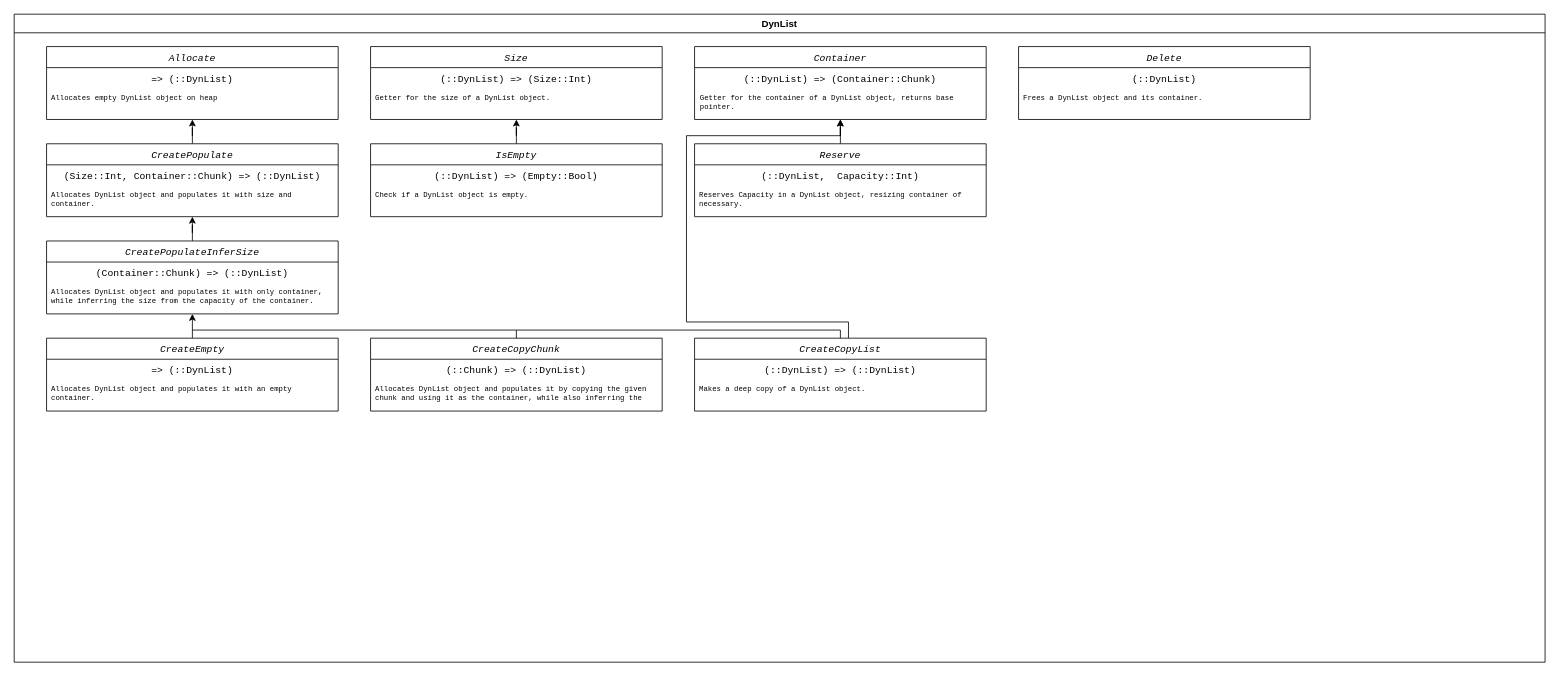
baabnq/ext keeps this draw.io diagram as docs/RoutineDependencyGraph.drawio. Above is the earlier version. Source tidied: cells renumbered, new cells numbered last; positions are measured from the earlier drawing's top-left corner, leaving out a move shared by most shapes. Both pictures are drawn from the tidied source at 81%, with x=0, y=0 at pixel (14, 14).
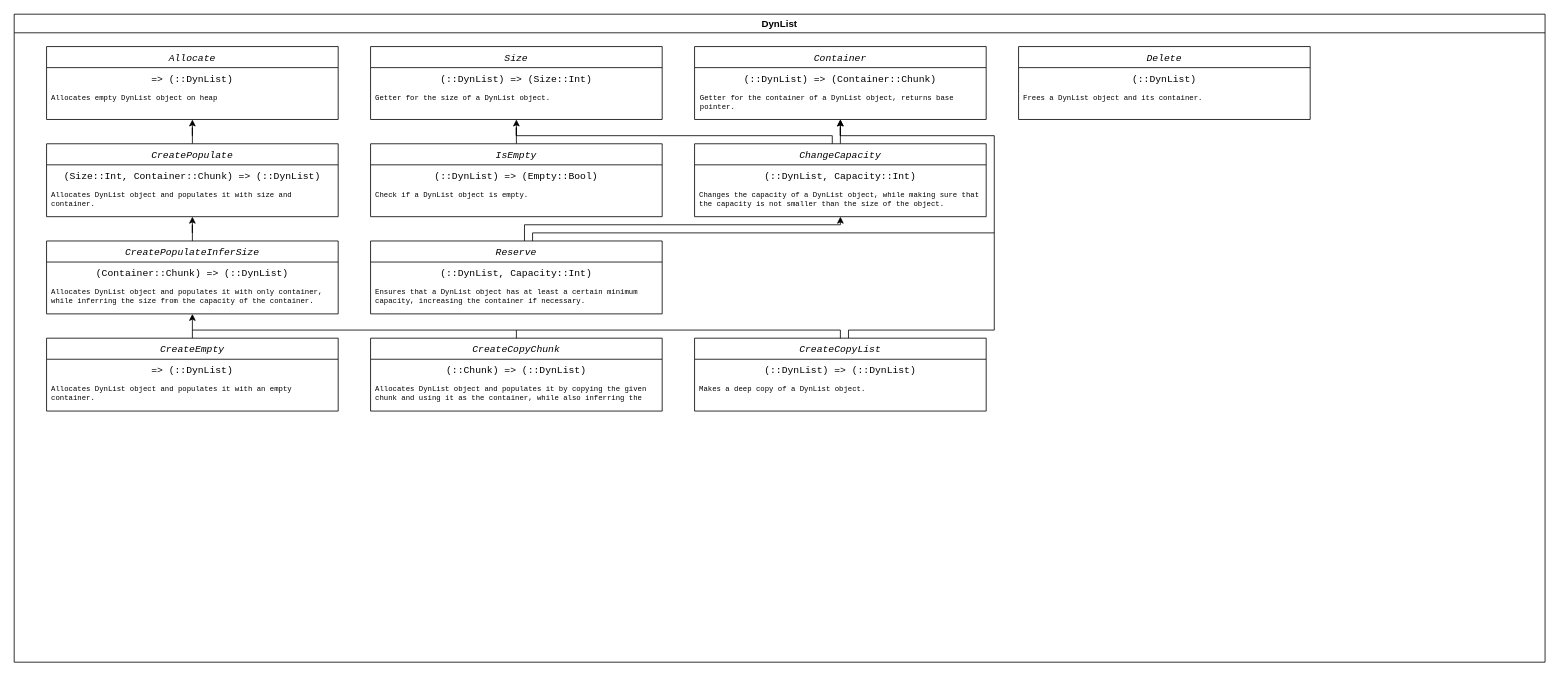
Above is the later version.

Commit message:
added DynList::ChangeCapacity and DynList::Reserve to routine dependency graph

The change refers to these unchanged cells:
```xml
<mxCell id="12" value="&lt;div&gt;DynList&lt;/div&gt;" style="swimlane;whiteSpace=wrap;html=1;" parent="1" vertex="1">
  <mxGeometry width="1890" height="800" as="geometry" />
</mxCell>
<mxCell id="35" value="CreateCopyList" style="swimlane;fontStyle=2;align=center;verticalAlign=top;horizontal=1;startSize=26;rounded=0;shadow=0;strokeWidth=1;fontFamily=Courier New;" parent="12" vertex="1">
  <mxGeometry x="840" y="400" width="360" height="90" as="geometry" />
</mxCell>
```

Change to the diagram source:
```diff
@@
     <mxCell id="34" style="edgeStyle=orthogonalEdgeStyle;rounded=0;jettySize=auto;html=1;" parent="12" edge="1" source="35">
       <mxGeometry relative="1" as="geometry">
         <mxPoint x="1020" y="130" as="targetPoint" />
         <Array as="points">
-          <mxPoint x="1030" y="380" />
-          <mxPoint x="830" y="380" />
-          <mxPoint x="830" y="150" />
+          <mxPoint x="1030" y="390" />
+          <mxPoint x="1210" y="390" />
+          <mxPoint x="1210" y="150" />
           <mxPoint x="1020" y="150" />
         </Array>
       </mxGeometry>
     </mxCell>
@@
-    <mxCell id="40" value="Reserve" style="swimlane;fontStyle=2;align=center;verticalAlign=top;horizontal=1;startSize=26;rounded=0;shadow=0;strokeWidth=1;fontFamily=Courier New;" parent="12" vertex="1">
+    <mxCell id="40" value="ChangeCapacity" style="swimlane;fontStyle=2;align=center;verticalAlign=top;horizontal=1;startSize=26;rounded=0;shadow=0;strokeWidth=1;fontFamily=Courier New;" parent="12" vertex="1">
       <mxGeometry x="840" y="160" width="360" height="90" as="geometry" />
     </mxCell>
-    <mxCell id="41" value="(::DynList,  Capacity::Int)" style="text;align=center;verticalAlign=top;spacingLeft=4;spacingRight=4;overflow=hidden;fontFamily=Courier New;" parent="40" vertex="1">
+    <mxCell id="41" value="(::DynList, Capacity::Int)" style="text;align=center;verticalAlign=top;spacingLeft=4;spacingRight=4;overflow=hidden;fontFamily=Courier New;" parent="40" vertex="1">
       <mxGeometry y="26" width="360" height="26" as="geometry" />
     </mxCell>
-    <mxCell id="42" value="Reserves Capacity in a DynList object, resizing container of necessary." style="text;align=left;verticalAlign=top;spacingLeft=4;spacingRight=4;overflow=hidden;rounded=0;shadow=0;html=0;fontSize=9;fontFamily=Courier New;whiteSpace=wrap;" parent="40" vertex="1">
+    <mxCell id="42" value="Changes the capacity of a DynList object, while making sure that the capacity is not smaller than the size of the object." style="text;align=left;verticalAlign=top;spacingLeft=4;spacingRight=4;overflow=hidden;rounded=0;shadow=0;html=0;fontSize=9;fontFamily=Courier New;whiteSpace=wrap;" parent="40" vertex="1">
       <mxGeometry y="52" width="360" height="26" as="geometry" />
     </mxCell>
+    <mxCell id="44" style="edgeStyle=elbowEdgeStyle;rounded=0;jettySize=auto;elbow=vertical;html=1;entryX=0.5;entryY=1;entryDx=0;entryDy=0;" parent="12" edge="1" target="40">
+      <mxGeometry relative="1" as="geometry">
+        <mxPoint x="630" y="280" as="sourcePoint" />
+        <Array as="points">
+          <mxPoint x="830" y="260" />
+        </Array>
+      </mxGeometry>
+    </mxCell>
+    <mxCell id="45" value="Reserve" style="swimlane;fontStyle=2;align=center;verticalAlign=top;horizontal=1;startSize=26;rounded=0;shadow=0;strokeWidth=1;fontFamily=Courier New;" parent="12" vertex="1">
+      <mxGeometry x="440" y="280" width="360" height="90" as="geometry" />
+    </mxCell>
+    <mxCell id="46" value="(::DynList, Capacity::Int)" style="text;align=center;verticalAlign=top;spacingLeft=4;spacingRight=4;overflow=hidden;fontFamily=Courier New;" parent="45" vertex="1">
+      <mxGeometry y="26" width="360" height="26" as="geometry" />
+    </mxCell>
+    <mxCell id="47" value="Ensures that a DynList object has at least a certain minimum capacity, increasing the container if necessary." style="text;align=left;verticalAlign=top;spacingLeft=4;spacingRight=4;overflow=hidden;rounded=0;shadow=0;html=0;fontSize=9;fontFamily=Courier New;whiteSpace=wrap;" parent="12" vertex="1">
+      <mxGeometry x="440" y="332" width="360" height="28" as="geometry" />
+    </mxCell>
+    <mxCell id="48" style="endArrow=none;html=1;rounded=0;elbow=vertical;exitX=0.5;exitY=0;exitDx=0;exitDy=0;edgeStyle=orthogonalEdgeStyle;" parent="12" edge="1">
+      <mxGeometry relative="1" as="geometry">
+        <mxPoint x="1010" y="160" as="sourcePoint" />
+        <mxPoint x="620" y="140" as="targetPoint" />
+        <Array as="points">
+          <mxPoint x="1010" y="150" />
+          <mxPoint x="620" y="150" />
+          <mxPoint x="620" y="140" />
+        </Array>
+      </mxGeometry>
+    </mxCell>
+    <mxCell id="49" style="endArrow=none;html=1;rounded=0;elbow=vertical;edgeStyle=elbowEdgeStyle;" parent="12" edge="1" source="45">
+      <mxGeometry relative="1" as="geometry">
+        <mxPoint x="1210" y="270.7" as="targetPoint" />
+        <Array as="points">
+          <mxPoint x="640" y="270" />
+        </Array>
+      </mxGeometry>
+    </mxCell>
```
